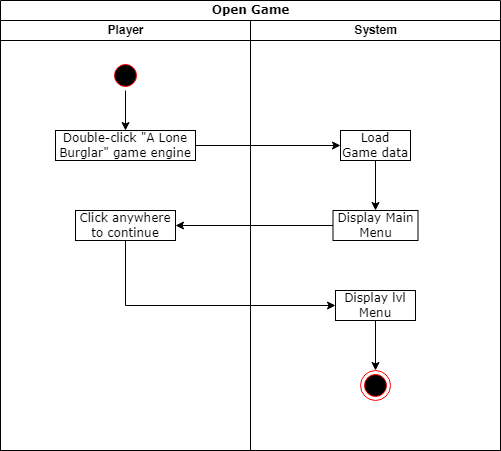
This is Login Game.drawio.png from johannfac/A-Lone-Burglar, a draw.io export, as it was before one commit. Source tidied: cells renumbered, new cells last; positions are measured from the earlier drawing's top-left corner, leaving out a move shared by most shapes.
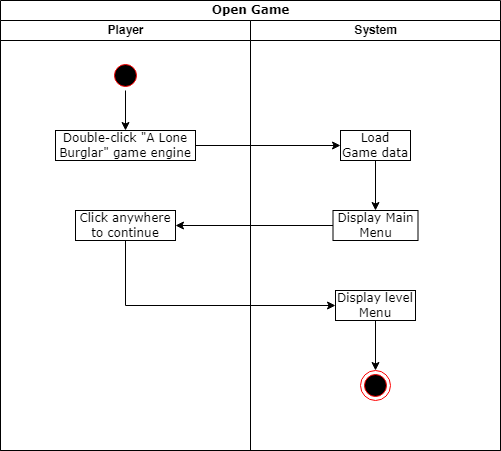
Above is the later version.

What changed in the source:
```diff
@@ -32,7 +32,7 @@
     <mxCell id="11" style="edgeStyle=orthogonalEdgeStyle;rounded=0;jettySize=auto;html=1;exitX=0.5;exitY=1;exitDx=0;exitDy=0;entryX=0.5;entryY=0;entryDx=0;entryDy=0;" parent="8" edge="1" source="9" target="10">
       <mxGeometry relative="1" as="geometry" />
     </mxCell>
-    <mxCell id="12" value="Display lvl Menu" style="rounded=0;whiteSpace=wrap;html=1;shadow=0;comic=0;labelBackgroundColor=none;strokeWidth=1;fontFamily=Verdana;fontSize=12;align=center;arcSize=50;" parent="8" vertex="1">
+    <mxCell id="12" value="Display level Menu" style="rounded=0;whiteSpace=wrap;html=1;shadow=0;comic=0;labelBackgroundColor=none;strokeWidth=1;fontFamily=Verdana;fontSize=12;align=center;arcSize=50;" parent="8" vertex="1">
       <mxGeometry x="85" y="270" width="80" height="30" as="geometry" />
     </mxCell>
     <mxCell id="13" style="ellipse;html=1;shape=endState;fillColor=#000000;strokeColor=#ff0000;" parent="8" vertex="1">
```
